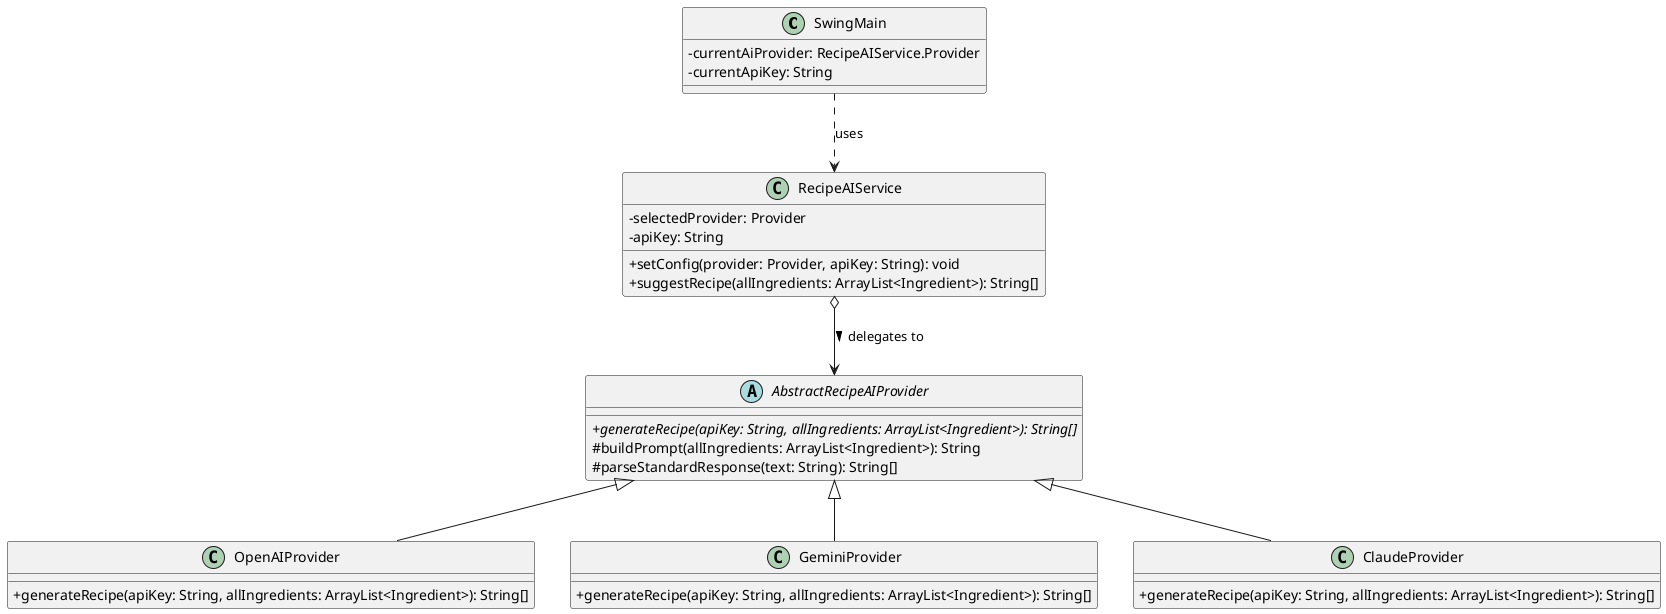
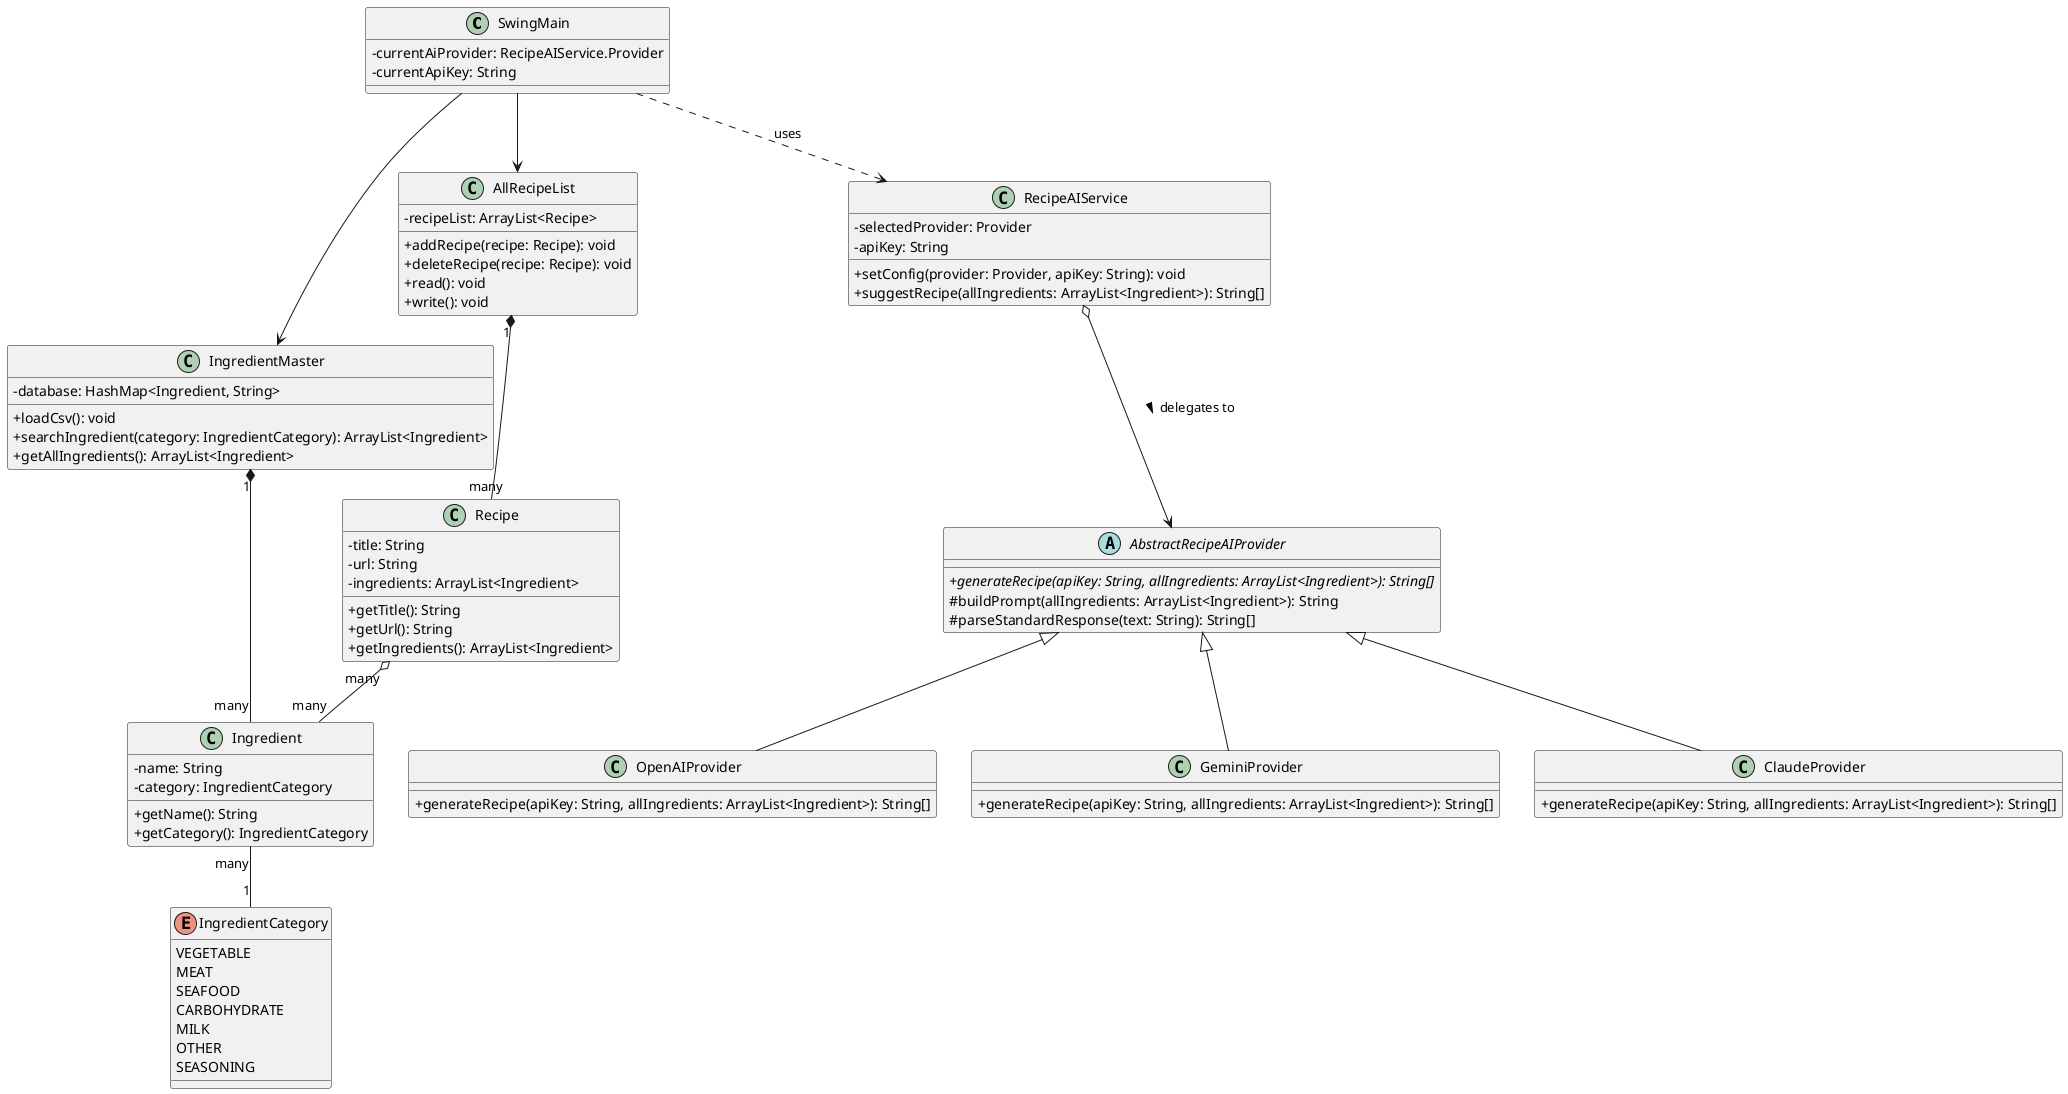
@startuml
skinparam ClassAttributeIconSize 0

class SwingMain {
    - currentAiProvider: RecipeAIService.Provider
    - currentApiKey: String
+ }
+ 
+ enum IngredientCategory {
+     VEGETABLE
+     MEAT
+     SEAFOOD
+     CARBOHYDRATE
+     MILK
+     OTHER
+     SEASONING
+ }
+ 
+ class Ingredient {
+     - name: String
+     - category: IngredientCategory
+     + getName(): String
+     + getCategory(): IngredientCategory
+ }
+ 
+ class Recipe {
+     - title: String
+     - url: String
+     - ingredients: ArrayList<Ingredient>
+     + getTitle(): String
+     + getUrl(): String
+     + getIngredients(): ArrayList<Ingredient>
+ }
+ 
+ class IngredientMaster {
+     - database: HashMap<Ingredient, String>
+     + loadCsv(): void
+     + searchIngredient(category: IngredientCategory): ArrayList<Ingredient>
+     + getAllIngredients(): ArrayList<Ingredient>
+ }
+ 
+ class AllRecipeList {
+     - recipeList: ArrayList<Recipe>
+     + addRecipe(recipe: Recipe): void
+     + deleteRecipe(recipe: Recipe): void
+     + read(): void
+     + write(): void
}

class RecipeAIService {
    - selectedProvider: Provider
    - apiKey: String
    + setConfig(provider: Provider, apiKey: String): void
    + suggestRecipe(allIngredients: ArrayList<Ingredient>): String[]
}

abstract class AbstractRecipeAIProvider {
    + {abstract} generateRecipe(apiKey: String, allIngredients: ArrayList<Ingredient>): String[]
    # buildPrompt(allIngredients: ArrayList<Ingredient>): String
    # parseStandardResponse(text: String): String[]
}

class OpenAIProvider {
    + generateRecipe(apiKey: String, allIngredients: ArrayList<Ingredient>): String[]
}

class GeminiProvider {
    + generateRecipe(apiKey: String, allIngredients: ArrayList<Ingredient>): String[]
}

class ClaudeProvider {
    + generateRecipe(apiKey: String, allIngredients: ArrayList<Ingredient>): String[]
}

' 関連性（SwingMain は RecipeAIService だけを知っていれば良い）
+ SwingMain --> AllRecipeList
+ SwingMain --> IngredientMaster
SwingMain ..> RecipeAIService : uses
RecipeAIService o--> AbstractRecipeAIProvider : delegates to >
+ AllRecipeList "1" *-- "many" Recipe
+ Recipe "many" o-- "many" Ingredient
+ Ingredient "many" -- "1" IngredientCategory
+ IngredientMaster "1" *-- "many" Ingredient

' 継承（各AIクラスは共通基盤を拡張する）
AbstractRecipeAIProvider <|-- OpenAIProvider
AbstractRecipeAIProvider <|-- GeminiProvider
AbstractRecipeAIProvider <|-- ClaudeProvider

@enduml